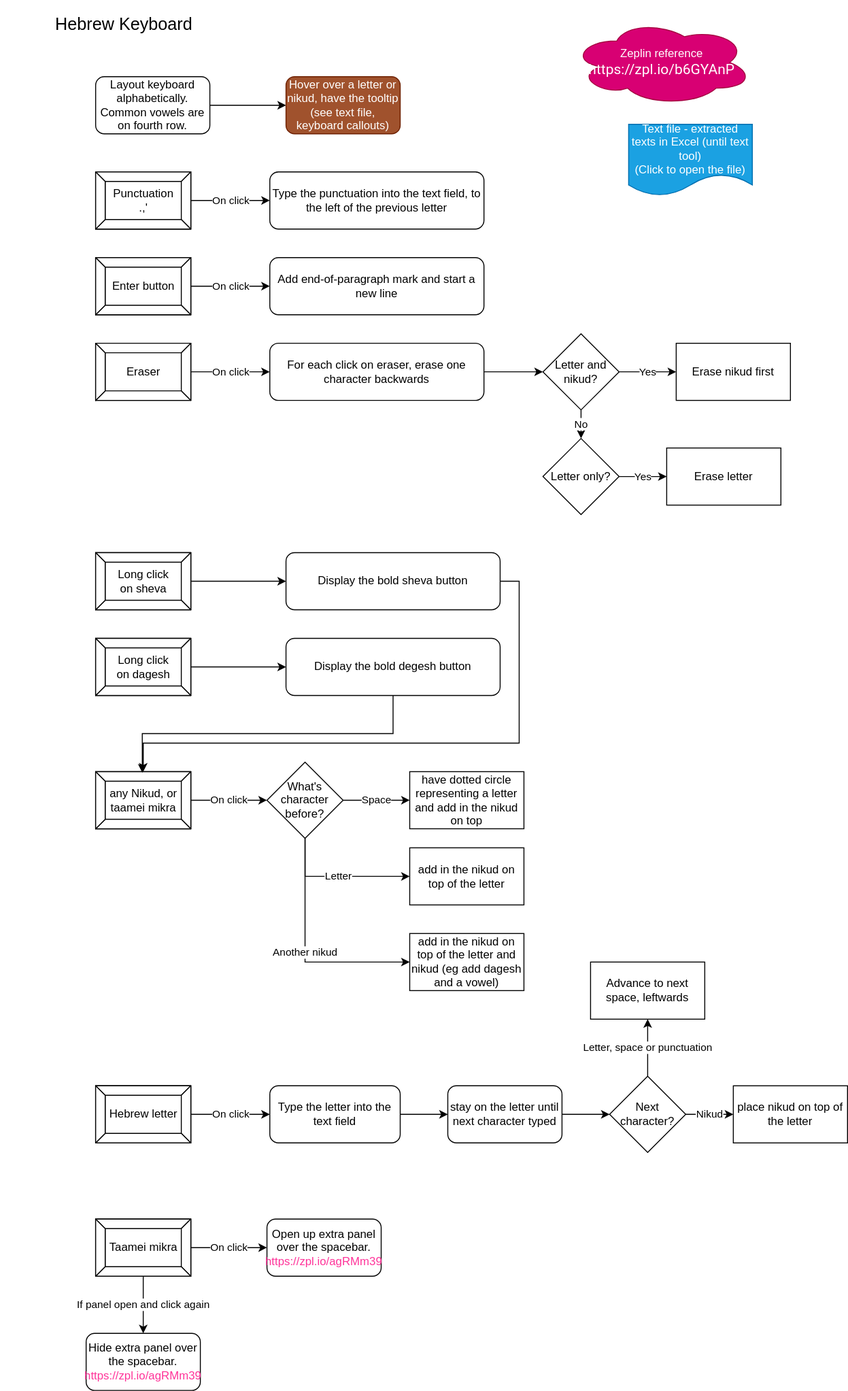
Earlier version of the draw.io export modules/components/hebrew_keyboard.drawio.svg (ji-devs/ji-cloud-flowcharts). Source tidied: cells renumbered, new cells last; positions are measured from the earlier drawing's top-left corner, leaving out a move shared by most shapes.
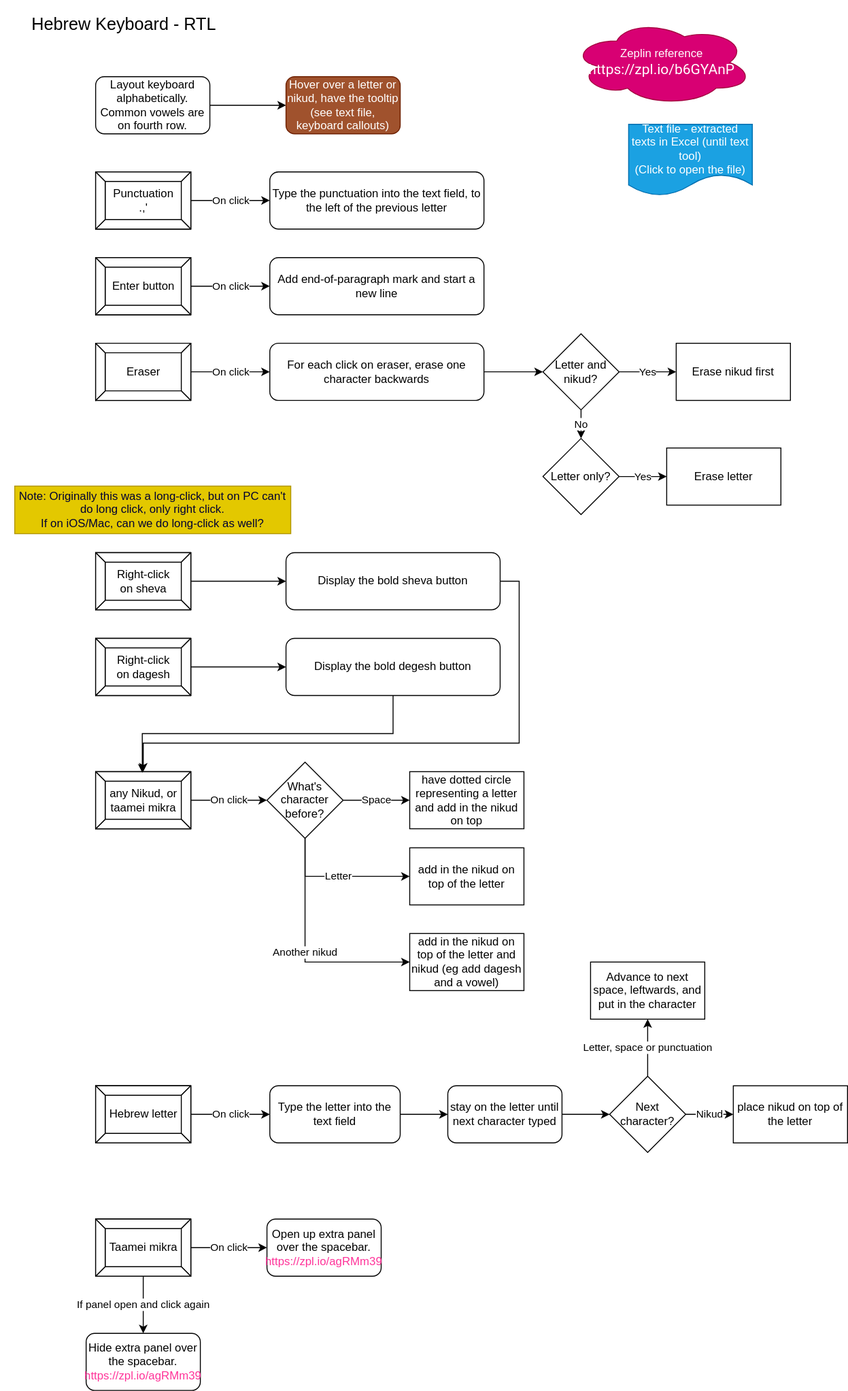
The same diagram one commit later.

Commit message:
updates to the keyboard functionality

Change to the diagram source:
```diff
@@ -2,7 +2,7 @@
   <root>
     <mxCell id="0" />
     <mxCell id="1" parent="0" />
-    <mxCell id="2" value="&lt;font style=&quot;font-size: 18px&quot;&gt;Hebrew Keyboard&lt;/font&gt;" style="text;html=1;strokeColor=none;fillColor=none;align=center;verticalAlign=middle;whiteSpace=wrap;rounded=0;" parent="1" vertex="1">
+    <mxCell id="2" value="&lt;font style=&quot;font-size: 18px&quot;&gt;Hebrew Keyboard - RTL&amp;nbsp;&lt;/font&gt;" style="text;html=1;strokeColor=none;fillColor=none;align=center;verticalAlign=middle;whiteSpace=wrap;rounded=0;" parent="1" vertex="1">
       <mxGeometry width="260" height="50" as="geometry" />
     </mxCell>
     <mxCell id="3" value="Zeplin reference&lt;br&gt;&lt;div&gt;&lt;font face=&quot;Roboto, Helvetica, sans-serif&quot;&gt;&lt;span style=&quot;font-size: 15px&quot;&gt;https://zpl.io/b6GYAnP&lt;/span&gt;&lt;/font&gt;&lt;br&gt;&lt;/div&gt;" style="ellipse;shape=cloud;whiteSpace=wrap;html=1;fillColor=#d80073;strokeColor=#A50040;fontColor=#ffffff;" parent="1" vertex="1">
@@ -121,7 +121,7 @@
     <mxCell id="36" value="place nikud on top of the letter" style="whiteSpace=wrap;html=1;" parent="1" vertex="1">
       <mxGeometry x="770" y="1140" width="120" height="60" as="geometry" />
     </mxCell>
-    <mxCell id="37" value="Advance to next space, leftwards" style="whiteSpace=wrap;html=1;" parent="1" vertex="1">
+    <mxCell id="37" value="Advance to next space, leftwards, and put in the character" style="whiteSpace=wrap;html=1;" parent="1" vertex="1">
       <mxGeometry x="620" y="1010" width="120" height="60" as="geometry" />
     </mxCell>
     <mxCell id="38" value="Space" style="edgeStyle=orthogonalEdgeStyle;rounded=0;jettySize=auto;html=1;entryX=0;entryY=0.5;entryDx=0;entryDy=0;" parent="1" edge="1" source="39" target="40">
@@ -169,7 +169,7 @@
         <mxPoint x="300" y="610" as="targetPoint" />
       </mxGeometry>
     </mxCell>
-    <mxCell id="51" value="Long click &lt;br&gt;on sheva" style="labelPosition=center;verticalLabelPosition=middle;align=center;html=1;shape=mxgraph.basic.button;dx=10;" parent="1" vertex="1">
+    <mxCell id="51" value="Right-click &lt;br&gt;on sheva" style="labelPosition=center;verticalLabelPosition=middle;align=center;html=1;shape=mxgraph.basic.button;dx=10;" parent="1" vertex="1">
       <mxGeometry x="100" y="580" width="100" height="60" as="geometry" />
     </mxCell>
     <mxCell id="52" style="edgeStyle=orthogonalEdgeStyle;rounded=0;jettySize=auto;html=1;exitX=1;exitY=0.5;exitDx=0;exitDy=0;" parent="1" edge="1" source="53">
@@ -190,7 +190,7 @@
         <mxPoint x="300" y="700" as="targetPoint" />
       </mxGeometry>
     </mxCell>
-    <mxCell id="55" value="Long click &lt;br&gt;on dagesh" style="labelPosition=center;verticalLabelPosition=middle;align=center;html=1;shape=mxgraph.basic.button;dx=10;" parent="1" vertex="1">
+    <mxCell id="55" value="Right-click &lt;br&gt;on dagesh" style="labelPosition=center;verticalLabelPosition=middle;align=center;html=1;shape=mxgraph.basic.button;dx=10;" parent="1" vertex="1">
       <mxGeometry x="100" y="670" width="100" height="60" as="geometry" />
     </mxCell>
     <mxCell id="56" style="edgeStyle=orthogonalEdgeStyle;rounded=0;jettySize=auto;html=1;entryX=0.49;entryY=0.017;entryDx=0;entryDy=0;entryPerimeter=0;exitX=0.5;exitY=1;exitDx=0;exitDy=0;" parent="1" edge="1" source="57" target="30">
@@ -199,5 +199,8 @@
     <mxCell id="57" value="Display the bold degesh button" style="rounded=1;whiteSpace=wrap;html=1;" parent="1" vertex="1">
       <mxGeometry x="300" y="670" width="225" height="60" as="geometry" />
     </mxCell>
+    <mxCell id="58" value="&lt;font color=&quot;#000033&quot;&gt;Note: Originally this was a long-click, but on PC can't do long click, only right click.&lt;br&gt;If on iOS/Mac, can we do long-click as well?&lt;br&gt;&lt;/font&gt;" style="text;html=1;strokeColor=#B09500;fillColor=#e3c800;align=center;verticalAlign=middle;whiteSpace=wrap;rounded=0;fontColor=#ffffff;" parent="1" vertex="1">
+      <mxGeometry x="15" y="510" width="290" height="50" as="geometry" />
+    </mxCell>
   </root>
 </mxGraphModel>
```
